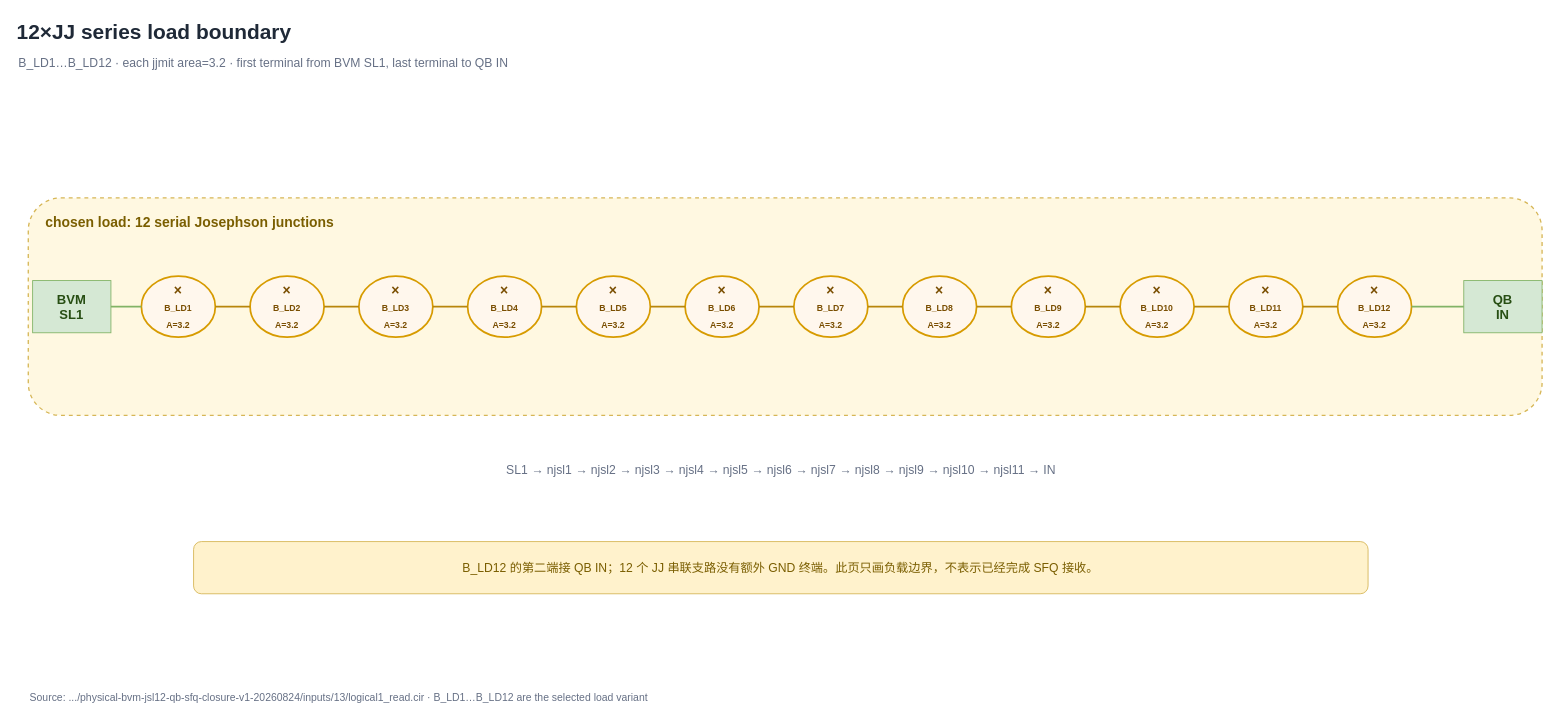
Earlier version of the draw.io diagram page "12JJ load boundary" (3 of 3) of circuits/toplogy/bvm-jsl12-topology.drawio (WHHoward/bvm). Source tidied: cells renumbered, new cells numbered last; positions are measured from the earlier drawing's top-left corner, leaving out a move shared by most shapes. Both pictures are drawn from the tidied source at 87%, with x=0, y=0 at pixel (15, 15).
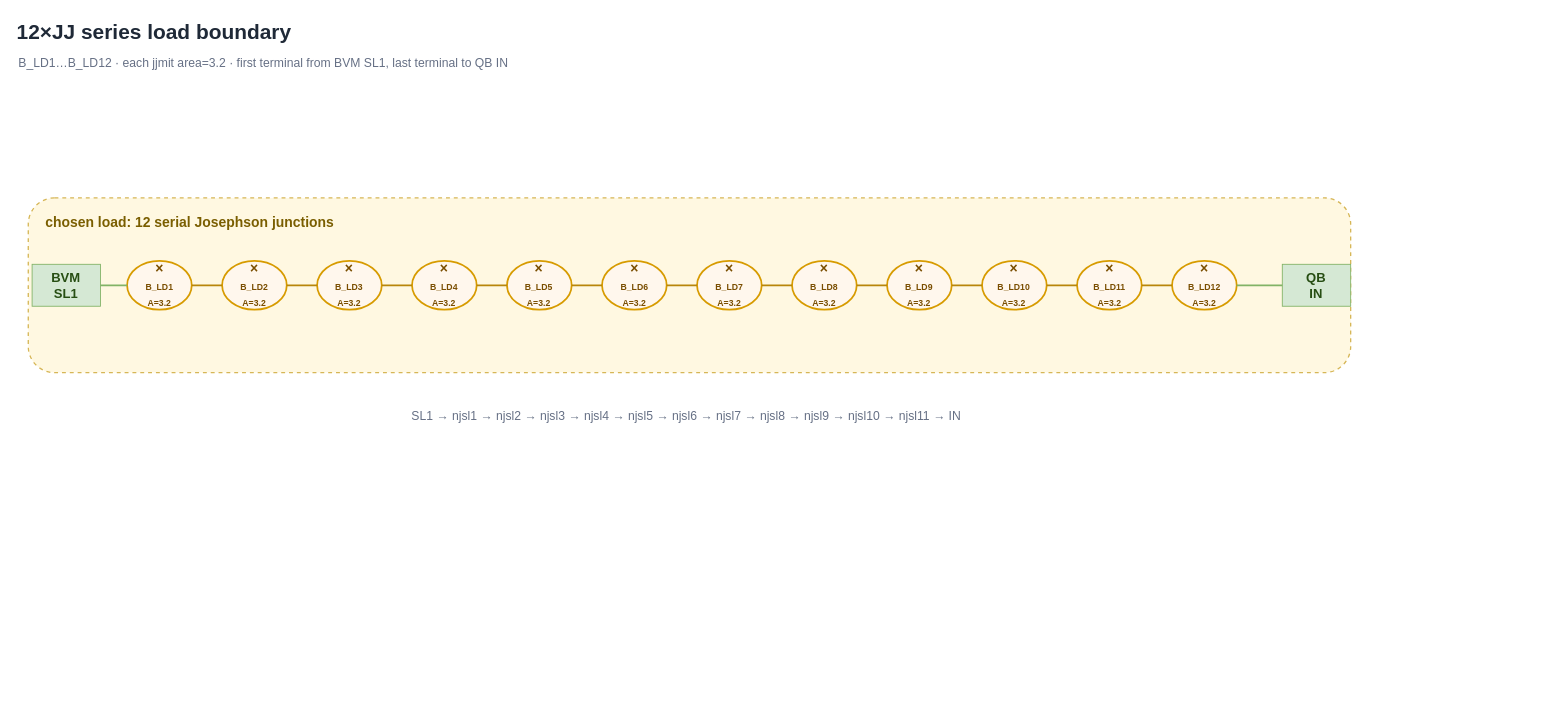
The same diagram, later.

What changed in the source:
```diff
@@
-<mxGraphModel>
+<mxGraphModel background="#FFFFFF">
@@
+    <mxCell id="35" style="group;" parent="1" vertex="1">
+      <mxGeometry x="15" y="210" width="1520" height="265" as="geometry" />
+    </mxCell>
-    <mxCell id="4" value="chosen load: 12 serial Josephson junctions" style="rounded=1;whiteSpace=wrap;html=1;fillColor=#fff8e1;strokeColor=#d6b656;dashed=1;strokeWidth=1.5;fontSize=16;fontStyle=1;fontColor=#7a5e00;verticalAlign=top;align=left;spacingLeft=18;spacingTop=12;" parent="1" vertex="1">
-      <mxGeometry x="15" y="210" width="1740" height="250" as="geometry" />
+    <mxCell id="4" value="chosen load: 12 serial Josephson junctions" style="rounded=1;whiteSpace=wrap;html=1;fillColor=#fff8e1;strokeColor=#d6b656;dashed=1;strokeWidth=1.5;fontSize=16;fontStyle=1;fontColor=#7a5e00;verticalAlign=top;align=left;spacingLeft=18;spacingTop=12;" parent="35" vertex="1">
+      <mxGeometry width="1520" height="200.8" as="geometry" />
     </mxCell>
-    <mxCell id="5" value="BVM&lt;br&gt;SL1" style="rounded=0;whiteSpace=wrap;html=1;fillColor=#d5e8d4;strokeColor=#82b366;fontSize=15;fontStyle=1;fontColor=#274e13;" parent="1" vertex="1">
-      <mxGeometry x="20" y="305" width="90" height="60" as="geometry" />
+    <mxCell id="5" value="BVM&lt;br&gt;SL1" style="rounded=0;whiteSpace=wrap;html=1;fillColor=#d5e8d4;strokeColor=#82b366;fontSize=15;fontStyle=1;fontColor=#274e13;" parent="35" vertex="1">
+      <mxGeometry x="4.4" y="76.3" width="78.6" height="48.2" as="geometry" />
     </mxCell>
-    <mxCell id="6" value="QB&lt;br&gt;IN" style="rounded=0;whiteSpace=wrap;html=1;fillColor=#d5e8d4;strokeColor=#82b366;fontSize=15;fontStyle=1;fontColor=#274e13;" parent="1" vertex="1">
-      <mxGeometry x="1665" y="305" width="90" height="60" as="geometry" />
+    <mxCell id="6" value="QB&lt;br&gt;IN" style="rounded=0;whiteSpace=wrap;html=1;fillColor=#d5e8d4;strokeColor=#82b366;fontSize=15;fontStyle=1;fontColor=#274e13;" parent="35" vertex="1">
+      <mxGeometry x="1441.4" y="76.3" width="78.6" height="48.2" as="geometry" />
     </mxCell>
-    <mxCell id="7" value="×&lt;br&gt;&lt;font style=&quot;font-size:10px&quot;&gt;B_LD1&lt;br&gt;A=3.2&lt;/font&gt;" style="ellipse;whiteSpace=wrap;html=1;fillColor=#fff7ed;strokeColor=#d79b00;strokeWidth=2;fontSize=16;fontStyle=1;fontColor=#7a4e00;align=center;verticalAlign=middle;" parent="1" vertex="1">
-      <mxGeometry x="145" y="300" width="85" height="70" as="geometry" />
+    <mxCell id="7" value="×&lt;br&gt;&lt;font style=&quot;font-size:10px&quot;&gt;B_LD1&lt;br&gt;A=3.2&lt;/font&gt;" style="ellipse;whiteSpace=wrap;html=1;fillColor=#fff7ed;strokeColor=#d79b00;strokeWidth=2;fontSize=16;fontStyle=1;fontColor=#7a4e00;align=center;verticalAlign=middle;" parent="35" vertex="1">
+      <mxGeometry x="113.6" y="72.3" width="74.3" height="56.2" as="geometry" />
     </mxCell>
-    <mxCell id="8" value="×&lt;br&gt;&lt;font style=&quot;font-size:10px&quot;&gt;B_LD2&lt;br&gt;A=3.2&lt;/font&gt;" style="ellipse;whiteSpace=wrap;html=1;fillColor=#fff7ed;strokeColor=#d79b00;strokeWidth=2;fontSize=16;fontStyle=1;fontColor=#7a4e00;align=center;verticalAlign=middle;" parent="1" vertex="1">
-      <mxGeometry x="270" y="300" width="85" height="70" as="geometry" />
+    <mxCell id="8" value="×&lt;br&gt;&lt;font style=&quot;font-size:10px&quot;&gt;B_LD2&lt;br&gt;A=3.2&lt;/font&gt;" style="ellipse;whiteSpace=wrap;html=1;fillColor=#fff7ed;strokeColor=#d79b00;strokeWidth=2;fontSize=16;fontStyle=1;fontColor=#7a4e00;align=center;verticalAlign=middle;" parent="35" vertex="1">
+      <mxGeometry x="222.8" y="72.3" width="74.3" height="56.2" as="geometry" />
     </mxCell>
-    <mxCell id="9" value="×&lt;br&gt;&lt;font style=&quot;font-size:10px&quot;&gt;B_LD3&lt;br&gt;A=3.2&lt;/font&gt;" style="ellipse;whiteSpace=wrap;html=1;fillColor=#fff7ed;strokeColor=#d79b00;strokeWidth=2;fontSize=16;fontStyle=1;fontColor=#7a4e00;align=center;verticalAlign=middle;" parent="1" vertex="1">
-      <mxGeometry x="395" y="300" width="85" height="70" as="geometry" />
+    <mxCell id="9" value="×&lt;br&gt;&lt;font style=&quot;font-size:10px&quot;&gt;B_LD3&lt;br&gt;A=3.2&lt;/font&gt;" style="ellipse;whiteSpace=wrap;html=1;fillColor=#fff7ed;strokeColor=#d79b00;strokeWidth=2;fontSize=16;fontStyle=1;fontColor=#7a4e00;align=center;verticalAlign=middle;" parent="35" vertex="1">
+      <mxGeometry x="332" y="72.3" width="74.3" height="56.2" as="geometry" />
     </mxCell>
-    <mxCell id="10" value="×&lt;br&gt;&lt;font style=&quot;font-size:10px&quot;&gt;B_LD4&lt;br&gt;A=3.2&lt;/font&gt;" style="ellipse;whiteSpace=wrap;html=1;fillColor=#fff7ed;strokeColor=#d79b00;strokeWidth=2;fontSize=16;fontStyle=1;fontColor=#7a4e00;align=center;verticalAlign=middle;" parent="1" vertex="1">
-      <mxGeometry x="520" y="300" width="85" height="70" as="geometry" />
+    <mxCell id="10" value="×&lt;br&gt;&lt;font style=&quot;font-size:10px&quot;&gt;B_LD4&lt;br&gt;A=3.2&lt;/font&gt;" style="ellipse;whiteSpace=wrap;html=1;fillColor=#fff7ed;strokeColor=#d79b00;strokeWidth=2;fontSize=16;fontStyle=1;fontColor=#7a4e00;align=center;verticalAlign=middle;" parent="35" vertex="1">
+      <mxGeometry x="441.1" y="72.3" width="74.3" height="56.2" as="geometry" />
     </mxCell>
-    <mxCell id="11" value="×&lt;br&gt;&lt;font style=&quot;font-size:10px&quot;&gt;B_LD5&lt;br&gt;A=3.2&lt;/font&gt;" style="ellipse;whiteSpace=wrap;html=1;fillColor=#fff7ed;strokeColor=#d79b00;strokeWidth=2;fontSize=16;fontStyle=1;fontColor=#7a4e00;align=center;verticalAlign=middle;" parent="1" vertex="1">
-      <mxGeometry x="645" y="300" width="85" height="70" as="geometry" />
+    <mxCell id="11" value="×&lt;br&gt;&lt;font style=&quot;font-size:10px&quot;&gt;B_LD5&lt;br&gt;A=3.2&lt;/font&gt;" style="ellipse;whiteSpace=wrap;html=1;fillColor=#fff7ed;strokeColor=#d79b00;strokeWidth=2;fontSize=16;fontStyle=1;fontColor=#7a4e00;align=center;verticalAlign=middle;" parent="35" vertex="1">
+      <mxGeometry x="550.3" y="72.3" width="74.3" height="56.2" as="geometry" />
     </mxCell>
-    <mxCell id="12" value="×&lt;br&gt;&lt;font style=&quot;font-size:10px&quot;&gt;B_LD6&lt;br&gt;A=3.2&lt;/font&gt;" style="ellipse;whiteSpace=wrap;html=1;fillColor=#fff7ed;strokeColor=#d79b00;strokeWidth=2;fontSize=16;fontStyle=1;fontColor=#7a4e00;align=center;verticalAlign=middle;" parent="1" vertex="1">
-      <mxGeometry x="770" y="300" width="85" height="70" as="geometry" />
+    <mxCell id="12" value="×&lt;br&gt;&lt;font style=&quot;font-size:10px&quot;&gt;B_LD6&lt;br&gt;A=3.2&lt;/font&gt;" style="ellipse;whiteSpace=wrap;html=1;fillColor=#fff7ed;strokeColor=#d79b00;strokeWidth=2;fontSize=16;fontStyle=1;fontColor=#7a4e00;align=center;verticalAlign=middle;" parent="35" vertex="1">
+      <mxGeometry x="659.5" y="72.3" width="74.3" height="56.2" as="geometry" />
     </mxCell>
-    <mxCell id="13" value="×&lt;br&gt;&lt;font style=&quot;font-size:10px&quot;&gt;B_LD7&lt;br&gt;A=3.2&lt;/font&gt;" style="ellipse;whiteSpace=wrap;html=1;fillColor=#fff7ed;strokeColor=#d79b00;strokeWidth=2;fontSize=16;fontStyle=1;fontColor=#7a4e00;align=center;verticalAlign=middle;" parent="1" vertex="1">
-      <mxGeometry x="895" y="300" width="85" height="70" as="geometry" />
+    <mxCell id="13" value="×&lt;br&gt;&lt;font style=&quot;font-size:10px&quot;&gt;B_LD7&lt;br&gt;A=3.2&lt;/font&gt;" style="ellipse;whiteSpace=wrap;html=1;fillColor=#fff7ed;strokeColor=#d79b00;strokeWidth=2;fontSize=16;fontStyle=1;fontColor=#7a4e00;align=center;verticalAlign=middle;" parent="35" vertex="1">
+      <mxGeometry x="768.7" y="72.3" width="74.3" height="56.2" as="geometry" />
     </mxCell>
-    <mxCell id="14" value="×&lt;br&gt;&lt;font style=&quot;font-size:10px&quot;&gt;B_LD8&lt;br&gt;A=3.2&lt;/font&gt;" style="ellipse;whiteSpace=wrap;html=1;fillColor=#fff7ed;strokeColor=#d79b00;strokeWidth=2;fontSize=16;fontStyle=1;fontColor=#7a4e00;align=center;verticalAlign=middle;" parent="1" vertex="1">
-      <mxGeometry x="1020" y="300" width="85" height="70" as="geometry" />
+    <mxCell id="14" value="×&lt;br&gt;&lt;font style=&quot;font-size:10px&quot;&gt;B_LD8&lt;br&gt;A=3.2&lt;/font&gt;" style="ellipse;whiteSpace=wrap;html=1;fillColor=#fff7ed;strokeColor=#d79b00;strokeWidth=2;fontSize=16;fontStyle=1;fontColor=#7a4e00;align=center;verticalAlign=middle;" parent="35" vertex="1">
+      <mxGeometry x="877.9" y="72.3" width="74.3" height="56.2" as="geometry" />
     </mxCell>
-    <mxCell id="15" value="×&lt;br&gt;&lt;font style=&quot;font-size:10px&quot;&gt;B_LD9&lt;br&gt;A=3.2&lt;/font&gt;" style="ellipse;whiteSpace=wrap;html=1;fillColor=#fff7ed;strokeColor=#d79b00;strokeWidth=2;fontSize=16;fontStyle=1;fontColor=#7a4e00;align=center;verticalAlign=middle;" parent="1" vertex="1">
-      <mxGeometry x="1145" y="300" width="85" height="70" as="geometry" />
+    <mxCell id="15" value="×&lt;br&gt;&lt;font style=&quot;font-size:10px&quot;&gt;B_LD9&lt;br&gt;A=3.2&lt;/font&gt;" style="ellipse;whiteSpace=wrap;html=1;fillColor=#fff7ed;strokeColor=#d79b00;strokeWidth=2;fontSize=16;fontStyle=1;fontColor=#7a4e00;align=center;verticalAlign=middle;" parent="35" vertex="1">
+      <mxGeometry x="987.1" y="72.3" width="74.3" height="56.2" as="geometry" />
     </mxCell>
-    <mxCell id="16" value="×&lt;br&gt;&lt;font style=&quot;font-size:10px&quot;&gt;B_LD10&lt;br&gt;A=3.2&lt;/font&gt;" style="ellipse;whiteSpace=wrap;html=1;fillColor=#fff7ed;strokeColor=#d79b00;strokeWidth=2;fontSize=16;fontStyle=1;fontColor=#7a4e00;align=center;verticalAlign=middle;" parent="1" vertex="1">
-      <mxGeometry x="1270" y="300" width="85" height="70" as="geometry" />
+    <mxCell id="16" value="×&lt;br&gt;&lt;font style=&quot;font-size:10px&quot;&gt;B_LD10&lt;br&gt;A=3.2&lt;/font&gt;" style="ellipse;whiteSpace=wrap;html=1;fillColor=#fff7ed;strokeColor=#d79b00;strokeWidth=2;fontSize=16;fontStyle=1;fontColor=#7a4e00;align=center;verticalAlign=middle;" parent="35" vertex="1">
+      <mxGeometry x="1096.3" y="72.3" width="74.3" height="56.2" as="geometry" />
     </mxCell>
-    <mxCell id="17" value="×&lt;br&gt;&lt;font style=&quot;font-size:10px&quot;&gt;B_LD11&lt;br&gt;A=3.2&lt;/font&gt;" style="ellipse;whiteSpace=wrap;html=1;fillColor=#fff7ed;strokeColor=#d79b00;strokeWidth=2;fontSize=16;fontStyle=1;fontColor=#7a4e00;align=center;verticalAlign=middle;" parent="1" vertex="1">
-      <mxGeometry x="1395" y="300" width="85" height="70" as="geometry" />
+    <mxCell id="17" value="×&lt;br&gt;&lt;font style=&quot;font-size:10px&quot;&gt;B_LD11&lt;br&gt;A=3.2&lt;/font&gt;" style="ellipse;whiteSpace=wrap;html=1;fillColor=#fff7ed;strokeColor=#d79b00;strokeWidth=2;fontSize=16;fontStyle=1;fontColor=#7a4e00;align=center;verticalAlign=middle;" parent="35" vertex="1">
+      <mxGeometry x="1205.5" y="72.3" width="74.3" height="56.2" as="geometry" />
     </mxCell>
-    <mxCell id="18" value="×&lt;br&gt;&lt;font style=&quot;font-size:10px&quot;&gt;B_LD12&lt;br&gt;A=3.2&lt;/font&gt;" style="ellipse;whiteSpace=wrap;html=1;fillColor=#fff7ed;strokeColor=#d79b00;strokeWidth=2;fontSize=16;fontStyle=1;fontColor=#7a4e00;align=center;verticalAlign=middle;" parent="1" vertex="1">
-      <mxGeometry x="1520" y="300" width="85" height="70" as="geometry" />
+    <mxCell id="18" value="×&lt;br&gt;&lt;font style=&quot;font-size:10px&quot;&gt;B_LD12&lt;br&gt;A=3.2&lt;/font&gt;" style="ellipse;whiteSpace=wrap;html=1;fillColor=#fff7ed;strokeColor=#d79b00;strokeWidth=2;fontSize=16;fontStyle=1;fontColor=#7a4e00;align=center;verticalAlign=middle;" parent="35" vertex="1">
+      <mxGeometry x="1314.7" y="72.3" width="74.3" height="56.2" as="geometry" />
     </mxCell>
-    <mxCell id="19" style="edgeStyle=orthogonalEdgeStyle;rounded=0;jettySize=auto;html=1;endArrow=none;strokeColor=#82b366;strokeWidth=2;" parent="1" edge="1" source="5" target="7">
+    <mxCell id="19" style="edgeStyle=orthogonalEdgeStyle;rounded=0;jettySize=auto;html=1;endArrow=none;strokeColor=#82b366;strokeWidth=2;" parent="35" edge="1" source="5" target="7">
       <mxGeometry relative="1" as="geometry" />
     </mxCell>
-    <mxCell id="20" style="edgeStyle=orthogonalEdgeStyle;rounded=0;jettySize=auto;html=1;endArrow=none;strokeColor=#b8860b;strokeWidth=2;" parent="1" edge="1" source="7" target="8">
+    <mxCell id="20" style="edgeStyle=orthogonalEdgeStyle;rounded=0;jettySize=auto;html=1;endArrow=none;strokeColor=#b8860b;strokeWidth=2;" parent="35" edge="1" source="7" target="8">
       <mxGeometry relative="1" as="geometry" />
     </mxCell>
-    <mxCell id="21" style="edgeStyle=orthogonalEdgeStyle;rounded=0;jettySize=auto;html=1;endArrow=none;strokeColor=#b8860b;strokeWidth=2;" parent="1" edge="1" source="8" target="9">
+    <mxCell id="21" style="edgeStyle=orthogonalEdgeStyle;rounded=0;jettySize=auto;html=1;endArrow=none;strokeColor=#b8860b;strokeWidth=2;" parent="35" edge="1" source="8" target="9">
       <mxGeometry relative="1" as="geometry" />
     </mxCell>
-    <mxCell id="22" style="edgeStyle=orthogonalEdgeStyle;rounded=0;jettySize=auto;html=1;endArrow=none;strokeColor=#b8860b;strokeWidth=2;" parent="1" edge="1" source="9" target="10">
+    <mxCell id="22" style="edgeStyle=orthogonalEdgeStyle;rounded=0;jettySize=auto;html=1;endArrow=none;strokeColor=#b8860b;strokeWidth=2;" parent="35" edge="1" source="9" target="10">
       <mxGeometry relative="1" as="geometry" />
     </mxCell>
-    <mxCell id="23" style="edgeStyle=orthogonalEdgeStyle;rounded=0;jettySize=auto;html=1;endArrow=none;strokeColor=#b8860b;strokeWidth=2;" parent="1" edge="1" source="10" target="11">
+    <mxCell id="23" style="edgeStyle=orthogonalEdgeStyle;rounded=0;jettySize=auto;html=1;endArrow=none;strokeColor=#b8860b;strokeWidth=2;" parent="35" edge="1" source="10" target="11">
       <mxGeometry relative="1" as="geometry" />
     </mxCell>
-    <mxCell id="24" style="edgeStyle=orthogonalEdgeStyle;rounded=0;jettySize=auto;html=1;endArrow=none;strokeColor=#b8860b;strokeWidth=2;" parent="1" edge="1" source="11" target="12">
+    <mxCell id="24" style="edgeStyle=orthogonalEdgeStyle;rounded=0;jettySize=auto;html=1;endArrow=none;strokeColor=#b8860b;strokeWidth=2;" parent="35" edge="1" source="11" target="12">
       <mxGeometry relative="1" as="geometry" />
     </mxCell>
-    <mxCell id="25" style="edgeStyle=orthogonalEdgeStyle;rounded=0;jettySize=auto;html=1;endArrow=none;strokeColor=#b8860b;strokeWidth=2;" parent="1" edge="1" source="12" target="13">
+    <mxCell id="25" style="edgeStyle=orthogonalEdgeStyle;rounded=0;jettySize=auto;html=1;endArrow=none;strokeColor=#b8860b;strokeWidth=2;" parent="35" edge="1" source="12" target="13">
       <mxGeometry relative="1" as="geometry" />
     </mxCell>
-    <mxCell id="26" style="edgeStyle=orthogonalEdgeStyle;rounded=0;jettySize=auto;html=1;endArrow=none;strokeColor=#b8860b;strokeWidth=2;" parent="1" edge="1" source="13" target="14">
+    <mxCell id="26" style="edgeStyle=orthogonalEdgeStyle;rounded=0;jettySize=auto;html=1;endArrow=none;strokeColor=#b8860b;strokeWidth=2;" parent="35" edge="1" source="13" target="14">
       <mxGeometry relative="1" as="geometry" />
     </mxCell>
-    <mxCell id="27" style="edgeStyle=orthogonalEdgeStyle;rounded=0;jettySize=auto;endArrow=none;strokeColor=#b8860b;strokeWidth=2;" parent="1" edge="1" source="14" target="15">
+    <mxCell id="27" style="edgeStyle=orthogonalEdgeStyle;rounded=0;jettySize=auto;endArrow=none;strokeColor=#b8860b;strokeWidth=2;" parent="35" edge="1" source="14" target="15">
       <mxGeometry relative="1" as="geometry" />
     </mxCell>
-    <mxCell id="28" style="edgeStyle=orthogonalEdgeStyle;rounded=0;jettySize=auto;html=1;endArrow=none;strokeColor=#b8860b;strokeWidth=2;" parent="1" edge="1" source="15" target="16">
+    <mxCell id="28" style="edgeStyle=orthogonalEdgeStyle;rounded=0;jettySize=auto;html=1;endArrow=none;strokeColor=#b8860b;strokeWidth=2;" parent="35" edge="1" source="15" target="16">
       <mxGeometry relative="1" as="geometry" />
     </mxCell>
-    <mxCell id="29" style="edgeStyle=orthogonalEdgeStyle;rounded=0;jettySize=auto;html=1;endArrow=none;strokeColor=#b8860b;strokeWidth=2;" parent="1" edge="1" source="16" target="17">
+    <mxCell id="29" style="edgeStyle=orthogonalEdgeStyle;rounded=0;jettySize=auto;html=1;endArrow=none;strokeColor=#b8860b;strokeWidth=2;" parent="35" edge="1" source="16" target="17">
       <mxGeometry relative="1" as="geometry" />
     </mxCell>
-    <mxCell id="30" style="edgeStyle=orthogonalEdgeStyle;rounded=0;jettySize=auto;html=1;endArrow=none;strokeColor=#b8860b;strokeWidth=2;" parent="1" edge="1" source="17" target="18">
+    <mxCell id="30" style="edgeStyle=orthogonalEdgeStyle;rounded=0;jettySize=auto;html=1;endArrow=none;strokeColor=#b8860b;strokeWidth=2;" parent="35" edge="1" source="17" target="18">
       <mxGeometry relative="1" as="geometry" />
     </mxCell>
-    <mxCell id="31" style="edgeStyle=orthogonalEdgeStyle;rounded=0;jettySize=auto;html=1;endArrow=none;strokeColor=#82b366;strokeWidth=2;" parent="1" edge="1" source="18" target="6">
+    <mxCell id="31" style="edgeStyle=orthogonalEdgeStyle;rounded=0;jettySize=auto;html=1;endArrow=none;strokeColor=#82b366;strokeWidth=2;" parent="35" edge="1" source="18" target="6">
       <mxGeometry relative="1" as="geometry" />
     </mxCell>
-    <mxCell id="32" value="SL1 → njsl1 → njsl2 → njsl3 → njsl4 → njsl5 → njsl6 → njsl7 → njsl8 → njsl9 → njsl10 → njsl11 → IN" style="text;html=1;strokeColor=none;fillColor=none;align=center;verticalAlign=middle;fontSize=14;fontColor=#667085;" parent="1" vertex="1">
-      <mxGeometry x="125" y="505" width="1510" height="35" as="geometry" />
+    <mxCell id="32" value="SL1 → njsl1 → njsl2 → njsl3 → njsl4 → njsl5 → njsl6 → njsl7 → njsl8 → njsl9 → njsl10 → njsl11 → IN" style="text;html=1;strokeColor=none;fillColor=none;align=center;verticalAlign=middle;fontSize=14;fontColor=#667085;" parent="35" vertex="1">
+      <mxGeometry x="96.1" y="236.9" width="1319.1" height="28.1" as="geometry" />
     </mxCell>
-    <mxCell id="33" value="B_LD12 的第二端接 QB IN；12 个 JJ 串联支路没有额外 GND 终端。此页只画负载边界，不表示已经完成 SFQ 接收。" style="rounded=1;whiteSpace=wrap;html=1;fillColor=#fff2cc;strokeColor=#d6b656;fontSize=14;fontColor=#7a5e00;" parent="1" vertex="1">
-      <mxGeometry x="205" y="605" width="1350" height="60" as="geometry" />
-    </mxCell>
-    <mxCell id="34" value="Source: .../physical-bvm-jsl12-qb-sfq-closure-v1-20260824/inputs/13/logical1_read.cir · B_LD1…B_LD12 are the selected load variant" style="text;html=1;strokeColor=none;fillColor=none;align=left;verticalAlign=middle;fontSize=12;fontColor=#667085;" parent="1" vertex="1">
-      <mxGeometry x="15" y="770" width="1700" height="30" as="geometry" />
-    </mxCell>
```
